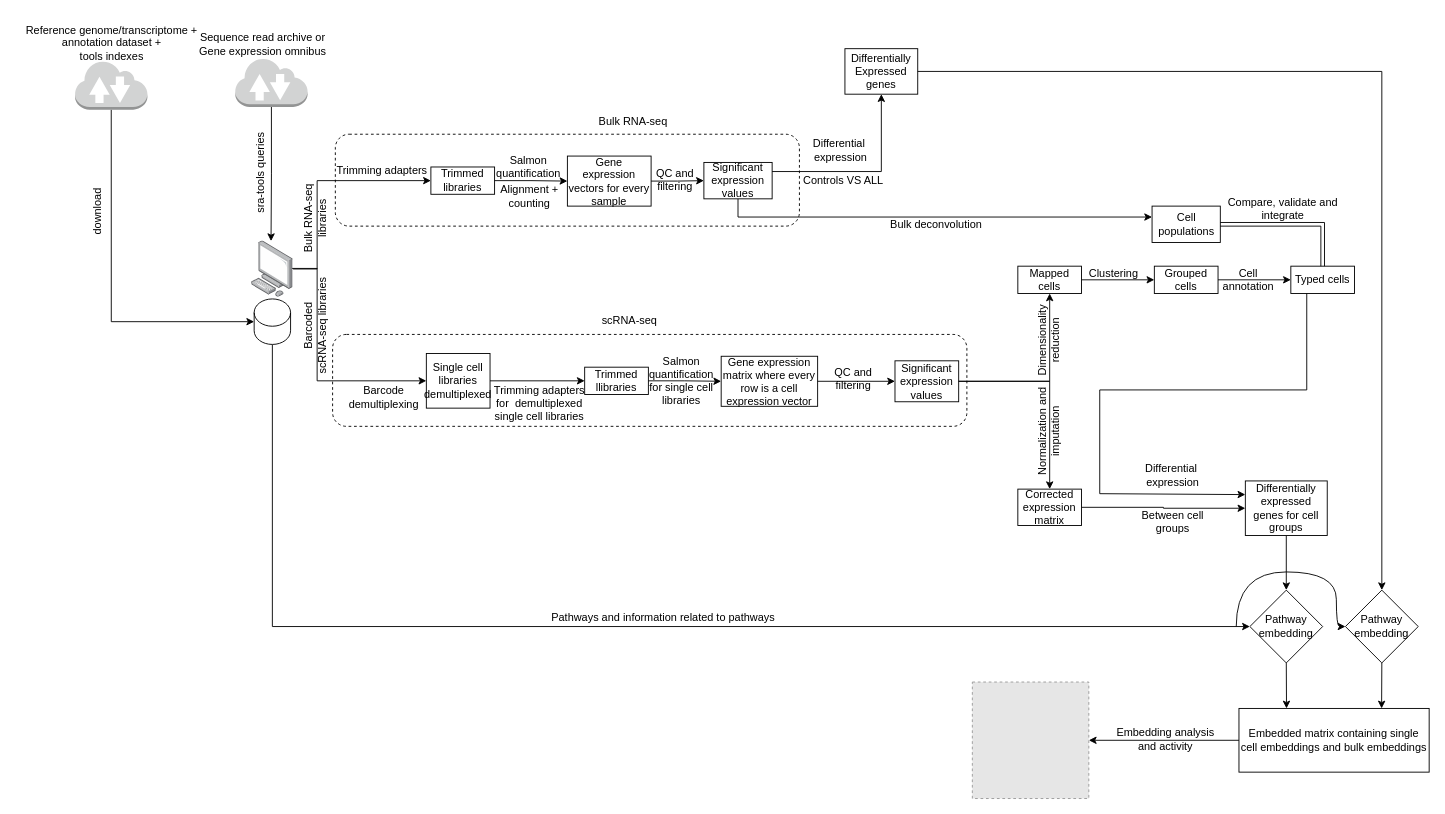
josura/SCAPE keeps this draw.io diagram as images/fullPipeline.drawio. Above is the earlier version. Source tidied: cells renumbered, new cells numbered last; positions are measured from the earlier drawing's top-left corner, leaving out a move shared by most shapes. Both pictures are drawn from the tidied source at 91%, with x=0, y=0 at pixel (15, 15). Pictures stored in the file or linked from it are replaced by grey dashed boxes.
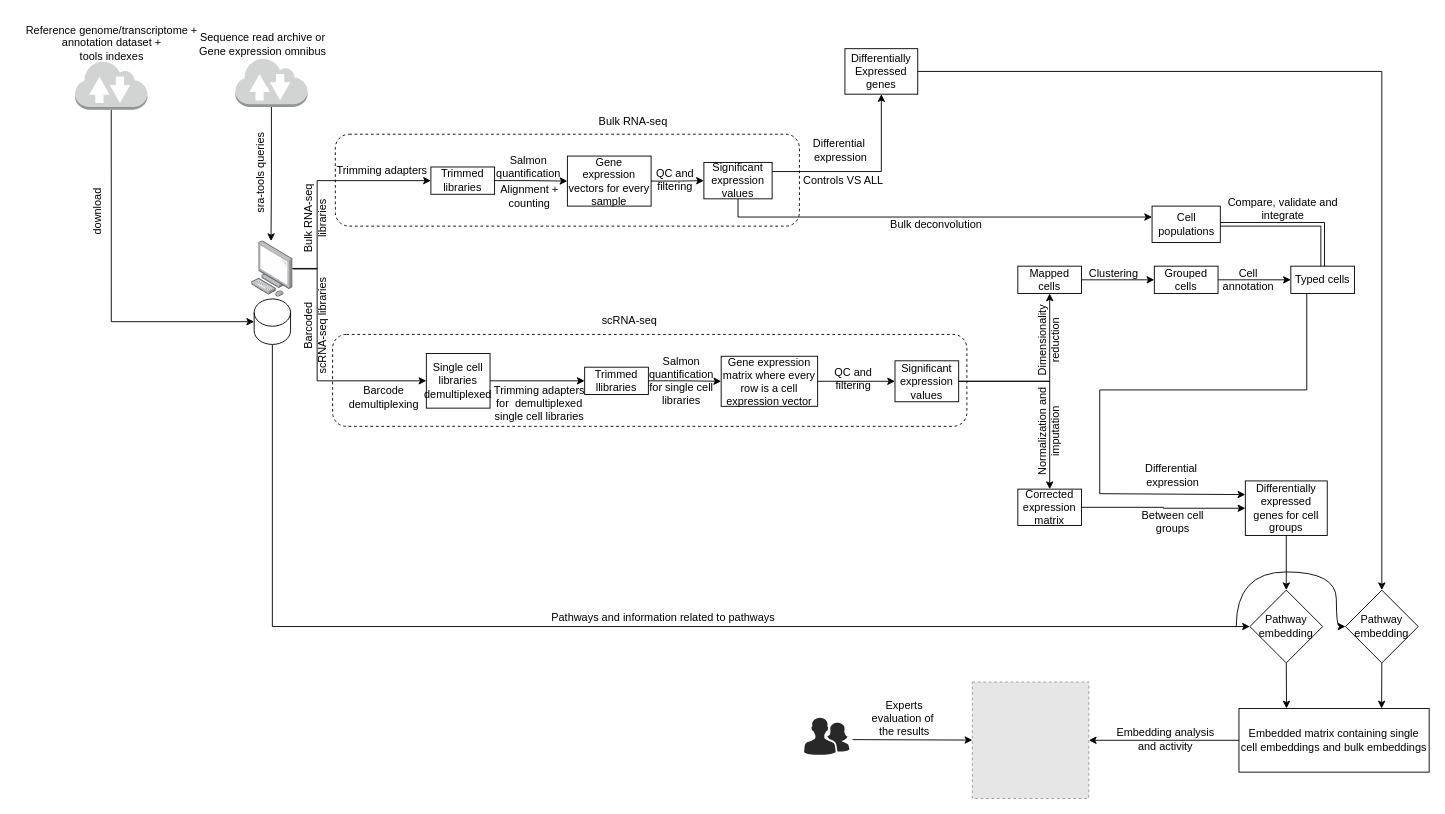
Above is the later version.

Unchanged cells that the change refers to:
```xml
<mxCell id="77" style="fillColor=#E6E6E6;strokeColor=#999999;dashed=1;html=1;verticalAlign=top;verticalLabelPosition=bottom;labelBackgroundColor=#ffffff;" parent="1" vertex="1">
  <mxGeometry x="1051" y="732" width="128" height="128" as="geometry" />
</mxCell>
```

The edit, as a diff of the source:
```diff
@@
+    <mxCell id="79" style="verticalLabelPosition=bottom;sketch=0;html=1;fillColor=#282828;strokeColor=none;verticalAlign=top;align=center;shape=mxgraph.cisco_safe.people_places_things_icons.icon2;" parent="1" vertex="1">
+      <mxGeometry x="866" y="771" width="50" height="41" as="geometry" />
+    </mxCell>
+    <mxCell id="80" style="endArrow=classic;html=1;rounded=0;exitX=1.066;exitY=0.592;exitDx=0;exitDy=0;exitPerimeter=0;" parent="1" edge="1" source="79" target="77">
+      <mxGeometry relative="1" as="geometry" />
+    </mxCell>
+    <mxCell id="81" value="Experts&lt;br&gt;evaluation of&amp;nbsp;&lt;br&gt;the results" style="text;html=1;align=center;verticalAlign=middle;strokeColor=none;fillColor=none;" parent="1" vertex="1">
+      <mxGeometry x="931" y="742" width="90" height="60" as="geometry" />
+    </mxCell>
```
